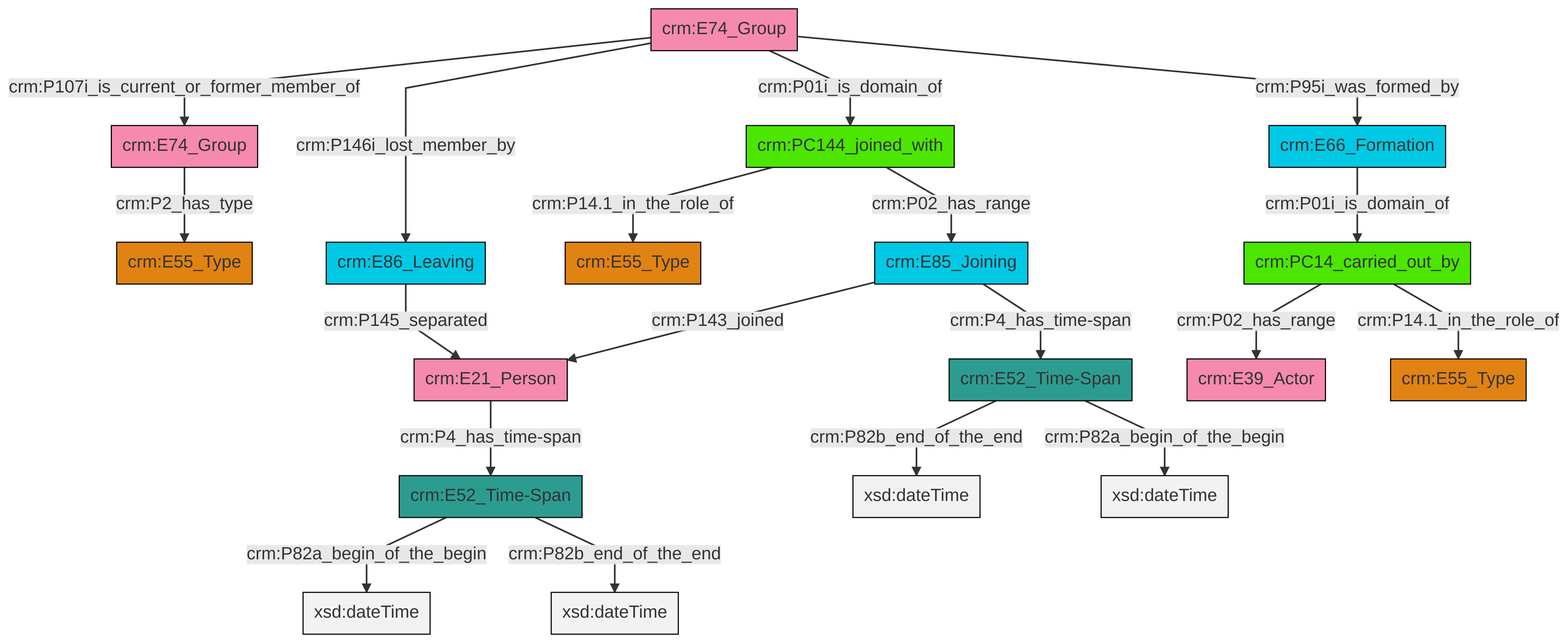
Earlier version of the Mermaid export et/groupCSV/ttl/mmd/png/group_actor_relations.png (swiss-art-research-net/docs.swissartresearch). Its source is kept beside it as et/groupCSV/ttl/mmd/group_actor_relations.ttl.mmd.
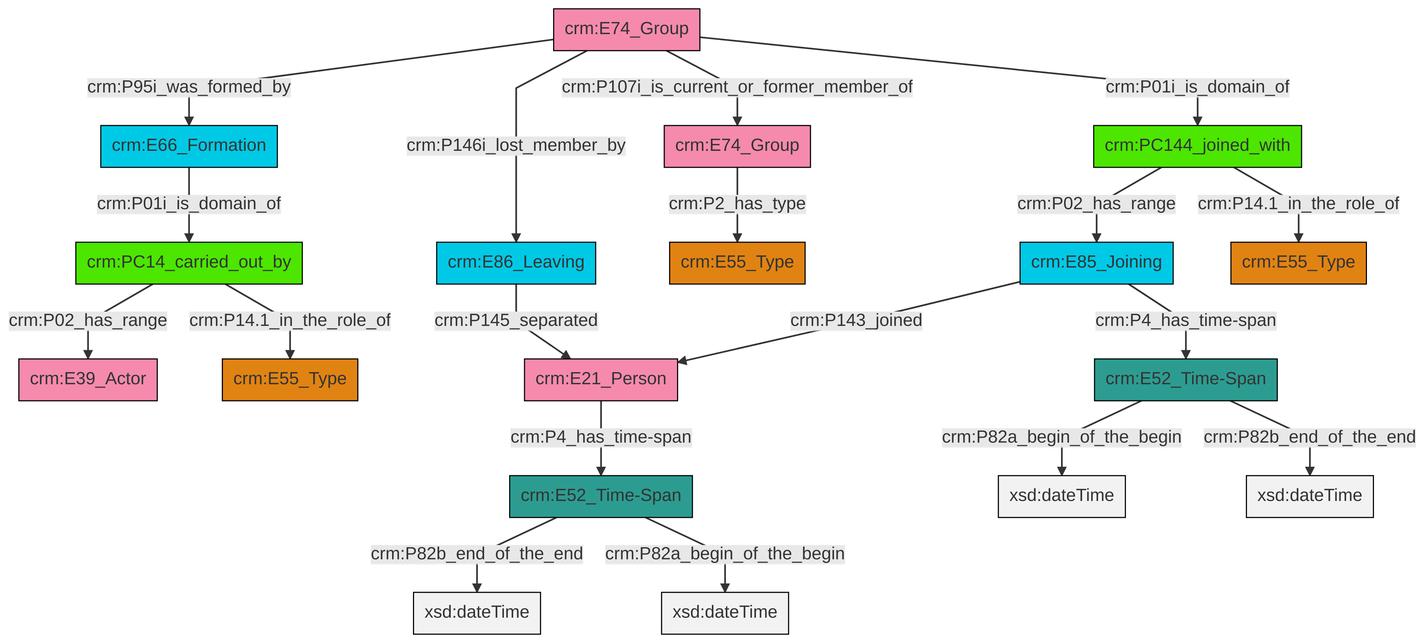
The same diagram one commit later.

Diff of the diagram source:
```diff
@@ -13,21 +13,21 @@
 classDef PC_Classes fill:#4ce600, stroke:#000000;
 classDef Multi fill:#cccccc,stroke:#000000;
 
-4["crm:E74_Group"]:::Actor -->|crm:P2_has_type| 5["crm:E55_Type"]:::Type
-6["crm:E85_Joining"]:::Temporal_Entity -->|crm:P4_has_time-span| 2["crm:E52_Time-Span"]:::Time-Span
-0["crm:E66_Formation"]:::Temporal_Entity -->|crm:P01i_is_domain_of| 12["crm:PC14_carried_out_by"]:::PC_Classes
-6["crm:E85_Joining"]:::Temporal_Entity -->|crm:P143_joined| 9["crm:E21_Person"]:::Actor
-9["crm:E21_Person"]:::Actor -->|crm:P4_has_time-span| 20["crm:E52_Time-Span"]:::Time-Span
-20["crm:E52_Time-Span"]:::Time-Span -->|crm:P82a_begin_of_the_begin| 21[xsd:dateTime]:::Literal
-18["crm:E74_Group"]:::Actor -->|crm:P95i_was_formed_by| 0["crm:E66_Formation"]:::Temporal_Entity
-2["crm:E52_Time-Span"]:::Time-Span -->|crm:P82b_end_of_the_end| 26[xsd:dateTime]:::Literal
-2["crm:E52_Time-Span"]:::Time-Span -->|crm:P82a_begin_of_the_begin| 29[xsd:dateTime]:::Literal
-14["crm:E86_Leaving"]:::Temporal_Entity -->|crm:P145_separated| 9["crm:E21_Person"]:::Actor
-12["crm:PC14_carried_out_by"]:::PC_Classes -->|crm:P14.1_in_the_role_of| 27["crm:E55_Type"]:::Type
-23["crm:PC144_joined_with"]:::PC_Classes -->|crm:P14.1_in_the_role_of| 7["crm:E55_Type"]:::Type
-18["crm:E74_Group"]:::Actor -->|crm:P146i_lost_member_by| 14["crm:E86_Leaving"]:::Temporal_Entity
-23["crm:PC144_joined_with"]:::PC_Classes -->|crm:P02_has_range| 6["crm:E85_Joining"]:::Temporal_Entity
-18["crm:E74_Group"]:::Actor -->|crm:P107i_is_current_or_former_member_of| 4["crm:E74_Group"]:::Actor
-18["crm:E74_Group"]:::Actor -->|crm:P01i_is_domain_of| 23["crm:PC144_joined_with"]:::PC_Classes
-12["crm:PC14_carried_out_by"]:::PC_Classes -->|crm:P02_has_range| 16["crm:E39_Actor"]:::Actor
-20["crm:E52_Time-Span"]:::Time-Span -->|crm:P82b_end_of_the_end| 33[xsd:dateTime]:::Literal
+0["crm:PC14_carried_out_by"]:::PC_Classes -->|crm:P02_has_range| 1["crm:E39_Actor"]:::Actor
+0["crm:PC14_carried_out_by"]:::PC_Classes -->|crm:P14.1_in_the_role_of| 8["crm:E55_Type"]:::Type
+9["crm:E52_Time-Span"]:::Time-Span -->|crm:P82a_begin_of_the_begin| 10[xsd:dateTime]:::Literal
+6["crm:E74_Group"]:::Actor -->|crm:P146i_lost_member_by| 14["crm:E86_Leaving"]:::Temporal_Entity
+16["crm:PC144_joined_with"]:::PC_Classes -->|crm:P02_has_range| 4["crm:E85_Joining"]:::Temporal_Entity
+18["crm:E74_Group"]:::Actor -->|crm:P2_has_type| 11["crm:E55_Type"]:::Type
+19["crm:E21_Person"]:::Actor -->|crm:P4_has_time-span| 2["crm:E52_Time-Span"]:::Time-Span
+4["crm:E85_Joining"]:::Temporal_Entity -->|crm:P143_joined| 19["crm:E21_Person"]:::Actor
+9["crm:E52_Time-Span"]:::Time-Span -->|crm:P82b_end_of_the_end| 22[xsd:dateTime]:::Literal
+6["crm:E74_Group"]:::Actor -->|crm:P95i_was_formed_by| 23["crm:E66_Formation"]:::Temporal_Entity
+16["crm:PC144_joined_with"]:::PC_Classes -->|crm:P14.1_in_the_role_of| 24["crm:E55_Type"]:::Type
+23["crm:E66_Formation"]:::Temporal_Entity -->|crm:P01i_is_domain_of| 0["crm:PC14_carried_out_by"]:::PC_Classes
+6["crm:E74_Group"]:::Actor -->|crm:P01i_is_domain_of| 16["crm:PC144_joined_with"]:::PC_Classes
+4["crm:E85_Joining"]:::Temporal_Entity -->|crm:P4_has_time-span| 9["crm:E52_Time-Span"]:::Time-Span
+6["crm:E74_Group"]:::Actor -->|crm:P107i_is_current_or_former_member_of| 18["crm:E74_Group"]:::Actor
+14["crm:E86_Leaving"]:::Temporal_Entity -->|crm:P145_separated| 19["crm:E21_Person"]:::Actor
+2["crm:E52_Time-Span"]:::Time-Span -->|crm:P82b_end_of_the_end| 32[xsd:dateTime]:::Literal
+2["crm:E52_Time-Span"]:::Time-Span -->|crm:P82a_begin_of_the_begin| 34[xsd:dateTime]:::Literal
```
